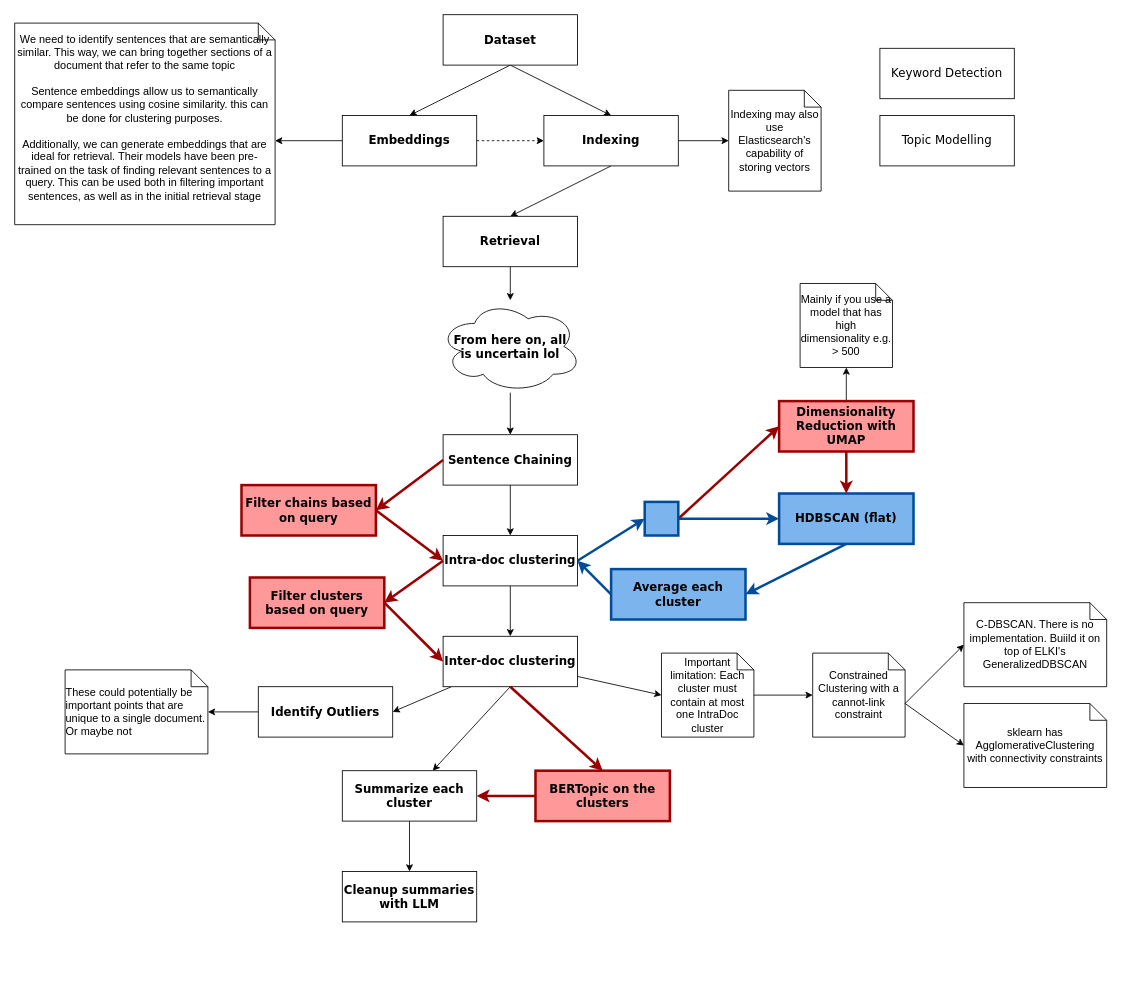
Before: diagrams/pipeline.drawio in PKalozoumis/CEID-Thesis-2025, a draw.io diagram. Source tidied: cells renumbered, new cells numbered last; positions are measured from the earlier drawing's top-left corner, leaving out a move shared by most shapes. Both pictures are drawn from the tidied source at 84%, with x=0, y=0 at pixel (14, 14).
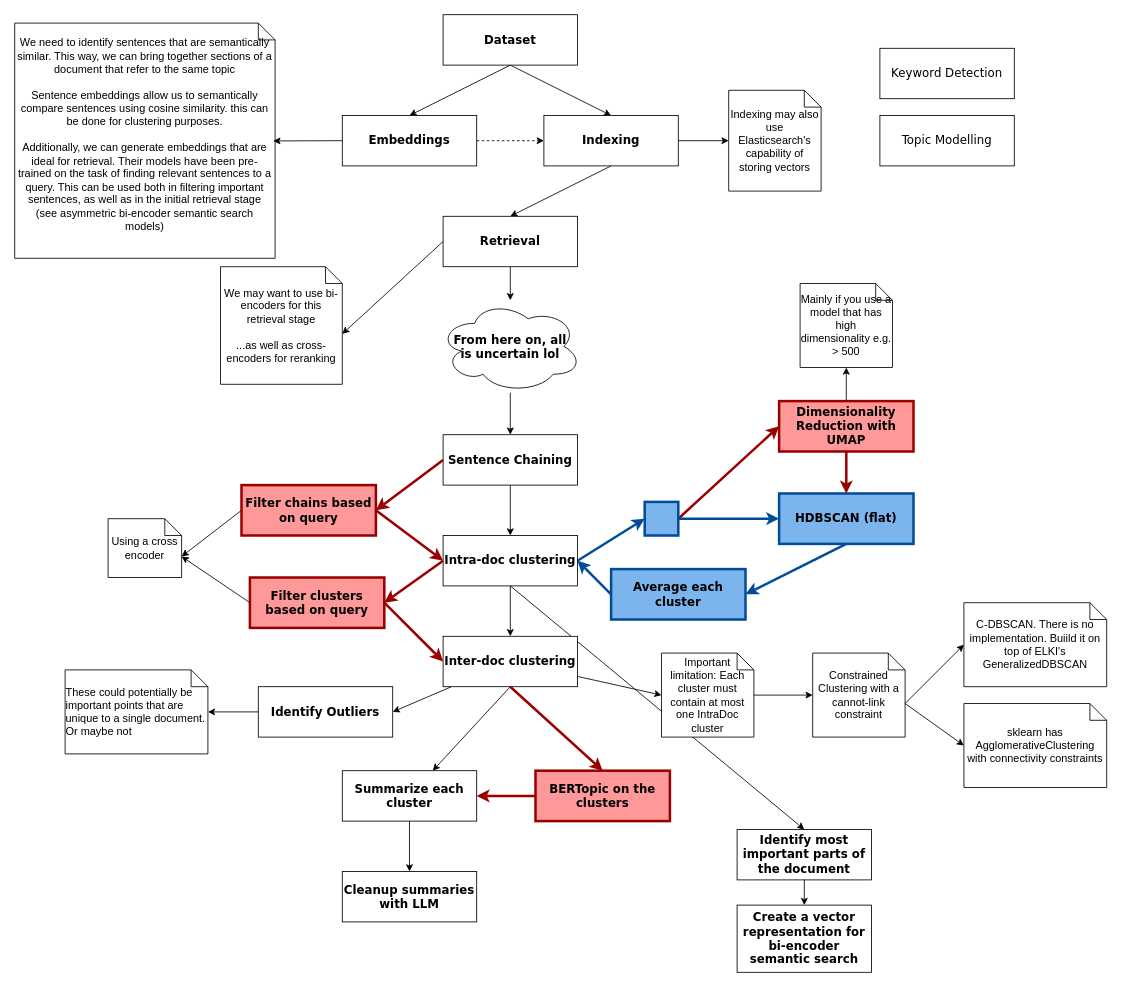
The same page after the edit.

The change refers to these unchanged cells:
```xml
<mxCell id="6" value="&lt;span style=&quot;font-family: Verdana; font-size: 14px;&quot;&gt;&lt;font&gt;Embeddings&lt;/font&gt;&lt;/span&gt;" style="rounded=0;whiteSpace=wrap;html=1;fontStyle=1;" parent="1" vertex="1">
  <mxGeometry x="390" y="120" width="160" height="60" as="geometry" />
</mxCell>
<mxCell id="16" value="&lt;font face=&quot;Verdana&quot;&gt;&lt;span style=&quot;font-size: 14px;&quot;&gt;Retrieval&lt;/span&gt;&lt;/font&gt;" style="rounded=0;whiteSpace=wrap;html=1;fontStyle=1;" parent="1" vertex="1">
  <mxGeometry x="510" y="240" width="160" height="60" as="geometry" />
</mxCell>
<mxCell id="23" value="&lt;font face=&quot;Verdana&quot;&gt;&lt;span style=&quot;font-size: 14px;&quot;&gt;Intra-doc clustering&lt;/span&gt;&lt;/font&gt;" style="rounded=0;whiteSpace=wrap;html=1;fontStyle=1;" parent="1" vertex="1">
  <mxGeometry x="510" y="620" width="160" height="60" as="geometry" />
</mxCell>
<mxCell id="38" value="&lt;font face=&quot;Verdana&quot;&gt;&lt;span style=&quot;font-size: 14px;&quot;&gt;Filter chains based on query&lt;/span&gt;&lt;/font&gt;" style="rounded=0;whiteSpace=wrap;html=1;strokeWidth=3;strokeColor=light-dark(#990000,#990000);gradientColor=none;fillColor=#FF9999;fillStyle=solid;fontStyle=1;" parent="1" vertex="1">
  <mxGeometry x="270" y="560" width="160" height="60" as="geometry" />
</mxCell>
<mxCell id="41" value="&lt;font face=&quot;Verdana&quot;&gt;&lt;span style=&quot;font-size: 14px;&quot;&gt;Filter clusters based on query&lt;/span&gt;&lt;/font&gt;" style="rounded=0;whiteSpace=wrap;html=1;strokeWidth=3;strokeColor=light-dark(#990000,#990000);gradientColor=none;fillColor=#FF9999;fillStyle=solid;fontStyle=1;" parent="1" vertex="1">
  <mxGeometry x="280" y="670" width="160" height="60" as="geometry" />
</mxCell>
```

The edit, as a diff of the source:
```diff
@@
-    <mxCell id="10" value="&lt;font style=&quot;font-size: 13px;&quot;&gt;We need to identify sentences that are semantically similar. This way, we can bring together sections of a document that refer to the same topic&lt;/font&gt;&lt;div&gt;&lt;font style=&quot;font-size: 13px;&quot;&gt;&lt;br&gt;&lt;/font&gt;&lt;/div&gt;&lt;div&gt;&lt;font style=&quot;font-size: 13px;&quot;&gt;Sentence embeddings allow us to semantically compare sentences using cosine similarity. this can be done for clustering purposes.&lt;/font&gt;&lt;/div&gt;&lt;div&gt;&lt;font style=&quot;font-size: 13px;&quot;&gt;&lt;br&gt;&lt;/font&gt;&lt;/div&gt;&lt;div&gt;&lt;font style=&quot;font-size: 13px;&quot;&gt;Additionally, we can generate embeddings that are ideal for retrieval. Their models have been pre-trained on the task of finding relevant sentences to a query. This can be used both in filtering important sentences, as well as in the initial retrieval stage&lt;/font&gt;&lt;/div&gt;&lt;div&gt;&lt;br style=&quot;color: rgb(192, 192, 192);&quot;&gt;&lt;/div&gt;" style="shape=note;size=20;whiteSpace=wrap;html=1;align=center;" parent="1" vertex="1">
-      <mxGeometry y="10" width="310" height="240" as="geometry" />
+    <mxCell id="10" value="&lt;font style=&quot;font-size: 13px;&quot;&gt;We need to identify sentences that are semantically similar. This way, we can bring together sections of a document that refer to the same topic&lt;/font&gt;&lt;div&gt;&lt;font style=&quot;font-size: 13px;&quot;&gt;&lt;br&gt;&lt;/font&gt;&lt;/div&gt;&lt;div&gt;&lt;font style=&quot;font-size: 13px;&quot;&gt;Sentence embeddings allow us to semantically compare sentences using cosine similarity. this can be done for clustering purposes.&lt;/font&gt;&lt;/div&gt;&lt;div&gt;&lt;font style=&quot;font-size: 13px;&quot;&gt;&lt;br&gt;&lt;/font&gt;&lt;/div&gt;&lt;div&gt;&lt;font style=&quot;font-size: 13px;&quot;&gt;Additionally, we can generate embeddings that are ideal for retrieval. Their models have been pre-trained on the task of finding relevant sentences to a query. This can be used both in filtering important sentences, as well as in the initial retrieval stage&lt;/font&gt;&lt;/div&gt;&lt;div&gt;&lt;font style=&quot;font-size: 13px;&quot;&gt;(see asymmetric bi-encoder semantic search models)&lt;/font&gt;&lt;/div&gt;&lt;div&gt;&lt;br style=&quot;color: rgb(192, 192, 192);&quot;&gt;&lt;/div&gt;" style="shape=note;size=20;whiteSpace=wrap;html=1;align=center;" parent="1" vertex="1">
+      <mxGeometry y="10" width="310" height="280" as="geometry" />
     </mxCell>
-    <mxCell id="11" style="edgeStyle=none;html=1;exitX=0;exitY=0.5;exitDx=0;exitDy=0;entryX=0;entryY=0;entryDx=310;entryDy=140;entryPerimeter=0;" parent="1" edge="1" source="6" target="10">
+    <mxCell id="11" style="edgeStyle=none;html=1;exitX=0;exitY=0.5;exitDx=0;exitDy=0;entryX=0.993;entryY=0.501;entryDx=0;entryDy=0;entryPerimeter=0;" parent="1" edge="1" source="6" target="10">
       <mxGeometry relative="1" as="geometry" />
     </mxCell>
@@
+    <mxCell id="61" style="edgeStyle=none;html=1;exitX=0.5;exitY=1;exitDx=0;exitDy=0;entryX=0.5;entryY=0;entryDx=0;entryDy=0;" parent="1" edge="1" source="23" target="68">
+      <mxGeometry relative="1" as="geometry" />
+    </mxCell>
@@
+    <mxCell id="62" style="edgeStyle=none;html=1;entryX=0;entryY=0;entryDx=87.5;entryDy=45;entryPerimeter=0;exitX=0;exitY=0.5;exitDx=0;exitDy=0;" parent="1" edge="1" source="38" target="65">
+      <mxGeometry relative="1" as="geometry" />
+    </mxCell>
@@
+    <mxCell id="63" value="&lt;div style=&quot;&quot;&gt;&lt;span style=&quot;font-size: 13px;&quot;&gt;We may want to use bi-encoders for this retrieval stage&lt;/span&gt;&lt;/div&gt;&lt;div style=&quot;&quot;&gt;&lt;span style=&quot;font-size: 13px;&quot;&gt;&lt;br&gt;&lt;/span&gt;&lt;/div&gt;&lt;div style=&quot;&quot;&gt;&lt;span style=&quot;font-size: 13px;&quot;&gt;...as well as cross-encoders for reranking&lt;/span&gt;&lt;/div&gt;" style="shape=note;size=20;whiteSpace=wrap;html=1;align=center;" parent="1" vertex="1">
+      <mxGeometry x="245" y="300" width="145" height="140" as="geometry" />
+    </mxCell>
+    <mxCell id="64" style="edgeStyle=none;html=1;exitX=0;exitY=0.5;exitDx=0;exitDy=0;entryX=0;entryY=0;entryDx=145;entryDy=80;entryPerimeter=0;" parent="1" edge="1" source="16" target="63">
+      <mxGeometry relative="1" as="geometry" />
+    </mxCell>
+    <mxCell id="65" value="&lt;div style=&quot;&quot;&gt;&lt;span style=&quot;font-size: 13px;&quot;&gt;Using a cross encoder&lt;/span&gt;&lt;/div&gt;" style="shape=note;size=20;whiteSpace=wrap;html=1;align=center;" parent="1" vertex="1">
+      <mxGeometry x="111.2" y="600" width="87.5" height="70" as="geometry" />
+    </mxCell>
+    <mxCell id="66" style="edgeStyle=none;html=1;entryX=0;entryY=0;entryDx=87.5;entryDy=45;entryPerimeter=0;exitX=0;exitY=0.5;exitDx=0;exitDy=0;" parent="1" edge="1" source="41" target="65">
+      <mxGeometry relative="1" as="geometry" />
+    </mxCell>
+    <mxCell id="67" style="edgeStyle=none;html=1;" parent="1" edge="1" source="68" target="69">
+      <mxGeometry relative="1" as="geometry" />
+    </mxCell>
+    <mxCell id="68" value="&lt;font face=&quot;Verdana&quot;&gt;&lt;span style=&quot;font-size: 14px;&quot;&gt;Identify most important parts of the document&lt;/span&gt;&lt;/font&gt;" style="rounded=0;whiteSpace=wrap;html=1;fontStyle=1;" parent="1" vertex="1">
+      <mxGeometry x="860" y="970" width="160" height="60" as="geometry" />
+    </mxCell>
+    <mxCell id="69" value="&lt;font face=&quot;Verdana&quot;&gt;&lt;span style=&quot;font-size: 14px;&quot;&gt;Create a vector representation for bi-encoder semantic search&lt;/span&gt;&lt;/font&gt;" style="rounded=0;whiteSpace=wrap;html=1;fontStyle=1;" parent="1" vertex="1">
+      <mxGeometry x="860" y="1060" width="160" height="80" as="geometry" />
+    </mxCell>
```
